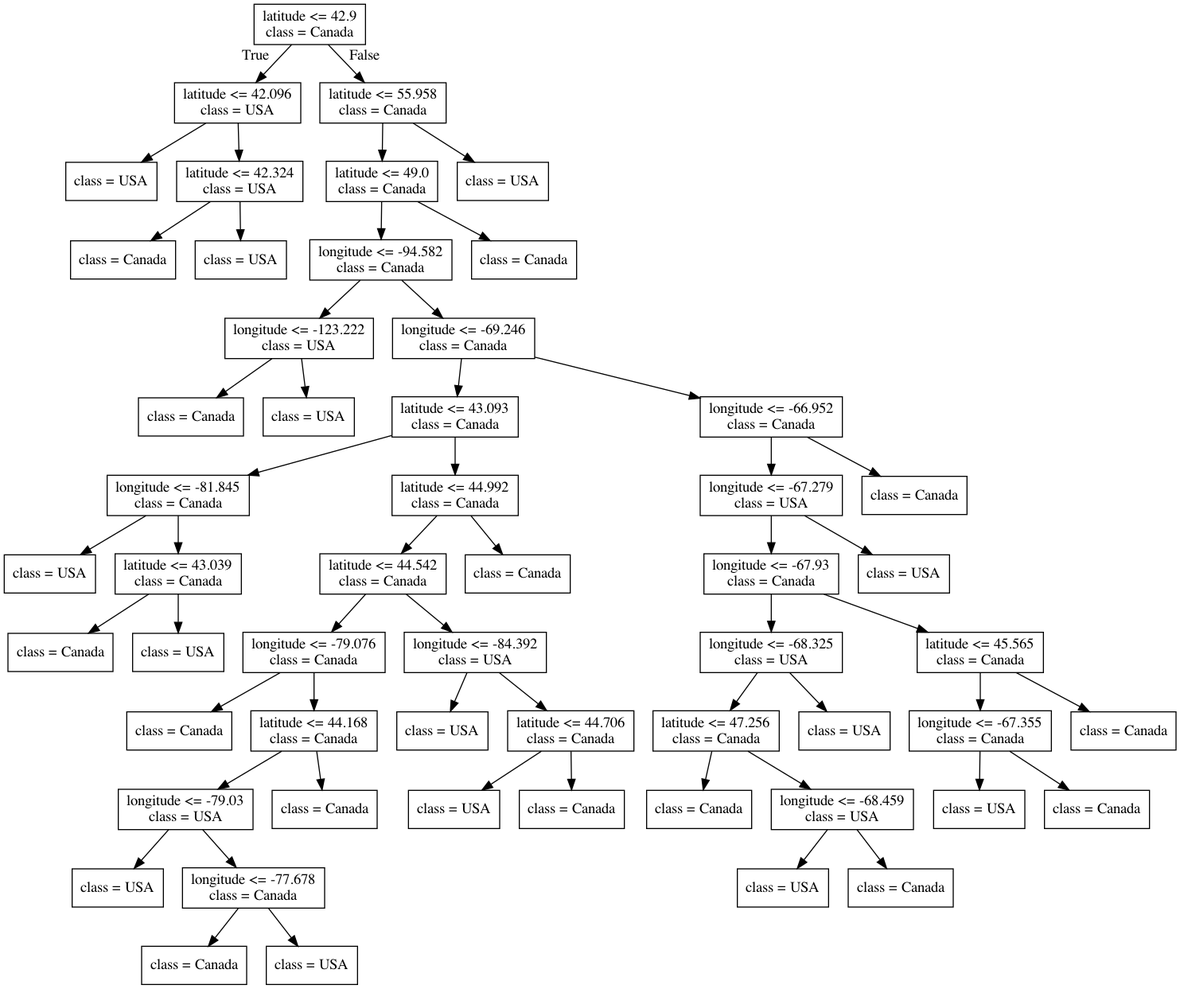
bait509-ubc/BAIT509 keeps this Graphviz diagram as lectures/Source.gv.png. Above is the earlier version. Its source is kept beside it as lectures/Source.gv.
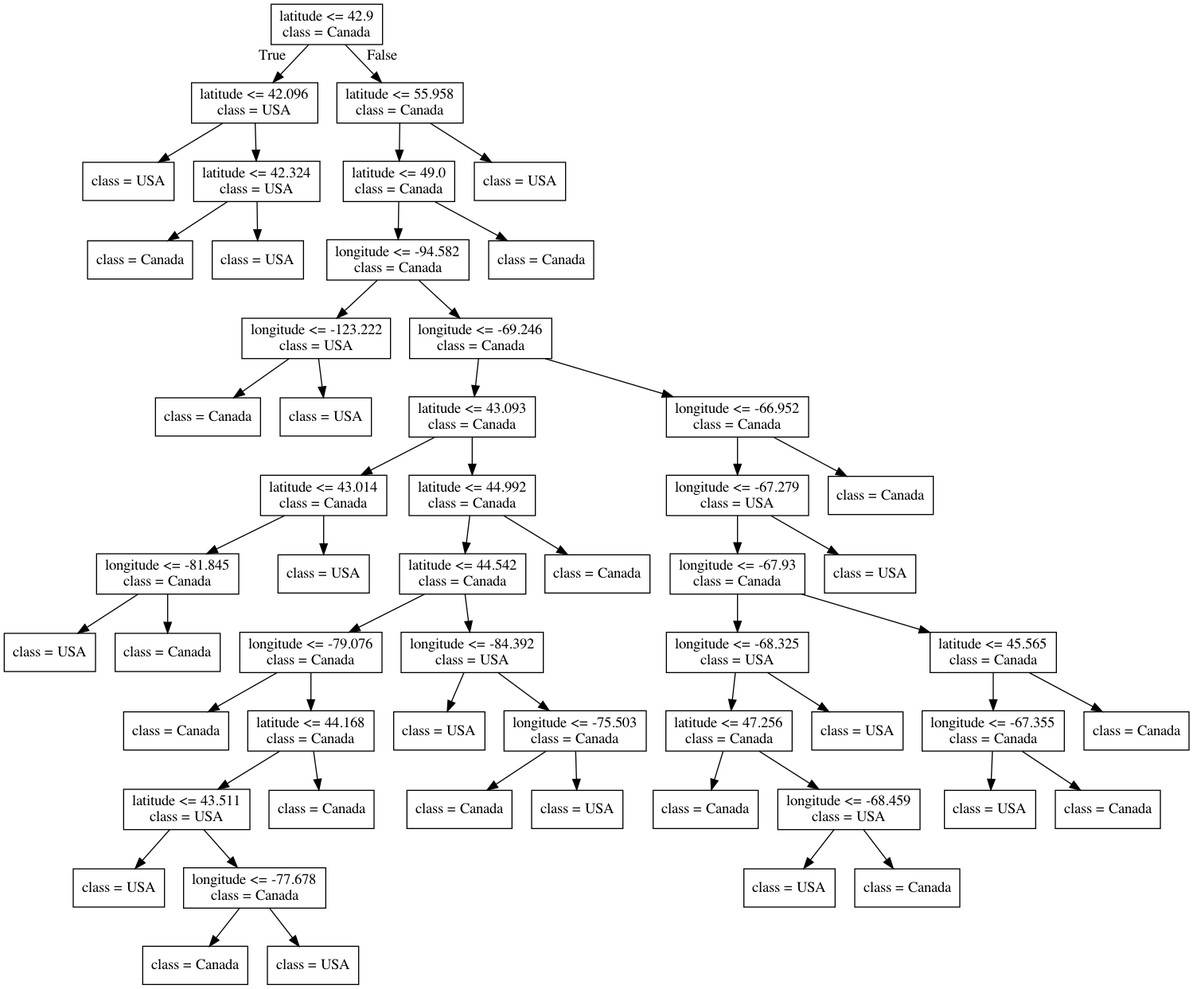
The same diagram one commit later.

Change to the diagram source:
```diff
@@ -27,16 +27,16 @@
 8 -> 12 ;
 13 [label="latitude <= 43.093\nclass = Canada"] ;
 12 -> 13 ;
-14 [label="longitude <= -81.845\nclass = Canada"] ;
+14 [label="latitude <= 43.014\nclass = Canada"] ;
 13 -> 14 ;
-15 [label="class = USA"] ;
+15 [label="longitude <= -81.845\nclass = Canada"] ;
 14 -> 15 ;
-16 [label="latitude <= 43.039\nclass = Canada"] ;
-14 -> 16 ;
+16 [label="class = USA"] ;
+15 -> 16 ;
 17 [label="class = Canada"] ;
-16 -> 17 ;
+15 -> 17 ;
 18 [label="class = USA"] ;
-16 -> 18 ;
+14 -> 18 ;
 19 [label="latitude <= 44.992\nclass = Canada"] ;
 13 -> 19 ;
 20 [label="latitude <= 44.542\nclass = Canada"] ;
@@ -47,7 +47,7 @@
 21 -> 22 ;
 23 [label="latitude <= 44.168\nclass = Canada"] ;
 21 -> 23 ;
-24 [label="longitude <= -79.03\nclass = USA"] ;
+24 [label="latitude <= 43.511\nclass = USA"] ;
 23 -> 24 ;
 25 [label="class = USA"] ;
 24 -> 25 ;
@@ -63,11 +63,11 @@
 20 -> 30 ;
 31 [label="class = USA"] ;
 30 -> 31 ;
-32 [label="latitude <= 44.706\nclass = Canada"] ;
+32 [label="longitude <= -75.503\nclass = Canada"] ;
 30 -> 32 ;
-33 [label="class = USA"] ;
+33 [label="class = Canada"] ;
 32 -> 33 ;
-34 [label="class = Canada"] ;
+34 [label="class = USA"] ;
 32 -> 34 ;
 35 [label="class = Canada"] ;
 19 -> 35 ;
```
